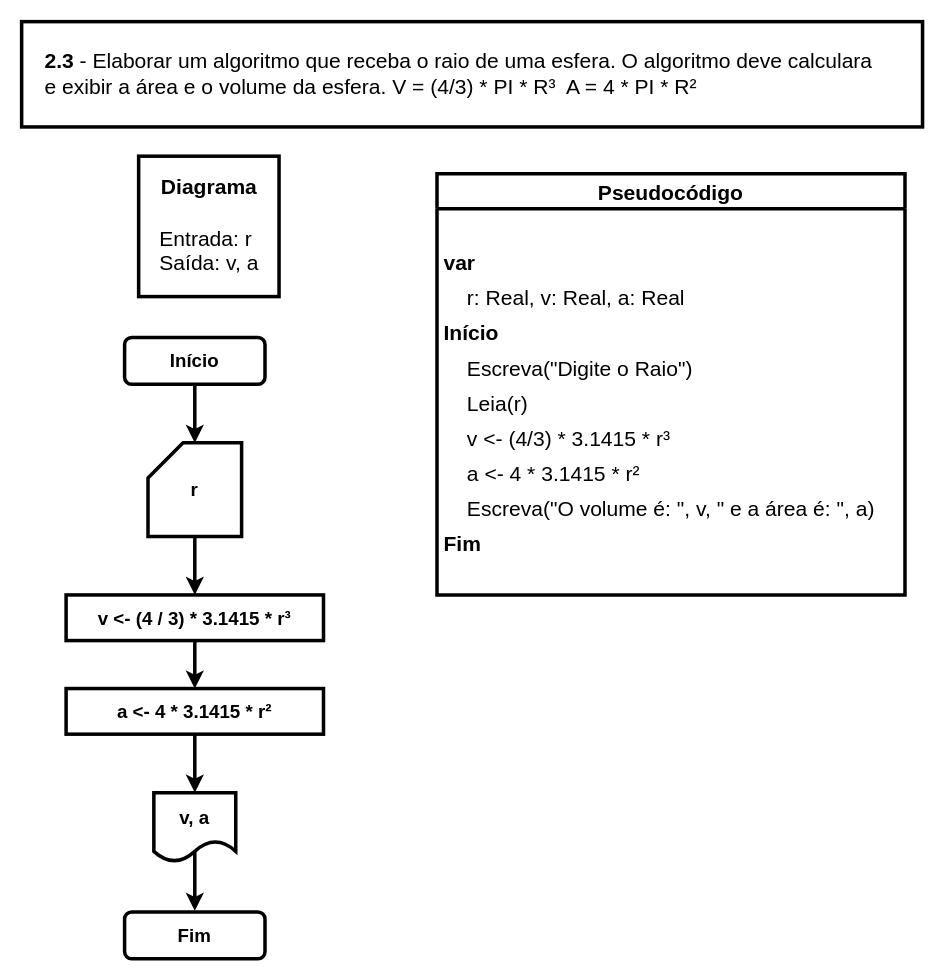
The draw.io diagram page "Ex. 2.3" (7 of 14) of exercicios.drawio in iSamekh/draw.io, before the edit. Source tidied: cells renumbered, new cells numbered last; positions are measured from the earlier drawing's top-left corner, leaving out a move shared by most shapes. Both pictures are drawn from the tidied source at 117%, with x=0, y=0 at pixel (21, 21).
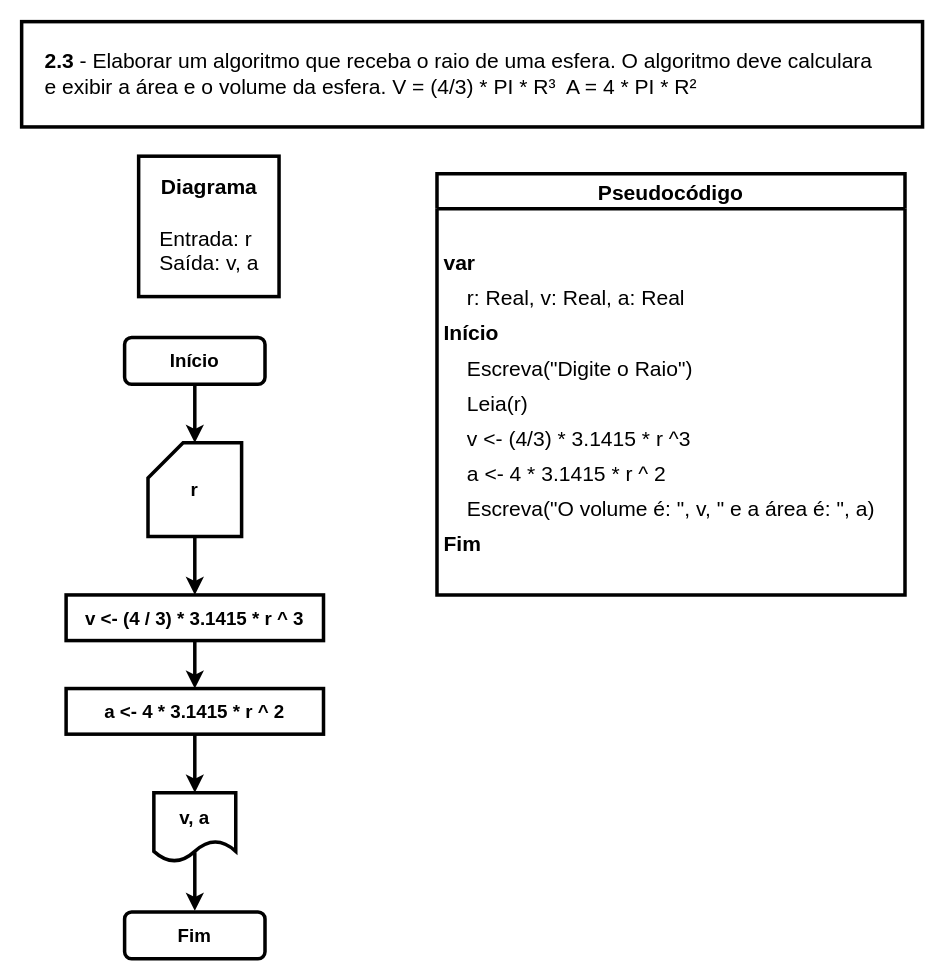
The same page after the edit.

The change refers to these unchanged cells:
```xml
<mxCell id="11" value="Pseudocódigo" style="swimlane;fontStyle=1;horizontal=1;startSize=30;rounded=0;shadow=0;labelBackgroundColor=#FFFFFF;labelBorderColor=none;sketch=0;fillStyle=auto;strokeColor=default;strokeWidth=3;fillColor=default;swimlaneLine=1;glass=0;arcSize=20;fontSize=18;spacing=10;" parent="1" vertex="1">
  <mxGeometry x="355" y="130" width="400" height="360" as="geometry" />
</mxCell>
```

The edit, as a diff of the source:
```diff
@@
-    <mxCell id="10" value="v &amp;lt;- (4 / 3) * 3.1415 * r³" style="rounded=0;whiteSpace=wrap;html=1;fontStyle=1;fontSize=16;strokeWidth=3;" parent="1" vertex="1">
+    <mxCell id="10" value="v &amp;lt;- (4 / 3) * 3.1415 * r ^ 3" style="rounded=0;whiteSpace=wrap;html=1;fontStyle=1;fontSize=16;strokeWidth=3;" parent="1" vertex="1">
       <mxGeometry x="38" y="490" width="220" height="39" as="geometry" />
     </mxCell>
@@
-    <mxCell id="18" value="    v &lt;- (4/3) * 3.1415 * r³" style="text;strokeColor=none;fillColor=none;align=left;verticalAlign=middle;spacingLeft=4;spacingRight=4;overflow=hidden;rounded=1;shadow=0;labelBackgroundColor=none;labelBorderColor=none;sketch=1;fillStyle=auto;strokeWidth=3;fontStyle=0;fontSize=18;" parent="11" vertex="1">
+    <mxCell id="18" value="    v &lt;- (4/3) * 3.1415 * r ^3" style="text;strokeColor=none;fillColor=none;align=left;verticalAlign=middle;spacingLeft=4;spacingRight=4;overflow=hidden;rounded=1;shadow=0;labelBackgroundColor=none;labelBorderColor=none;sketch=1;fillStyle=auto;strokeWidth=3;fontStyle=0;fontSize=18;" parent="11" vertex="1">
       <mxGeometry y="210" width="400" height="30" as="geometry" />
     </mxCell>
-    <mxCell id="19" value="    a &lt;- 4 * 3.1415 * r²" style="text;strokeColor=none;fillColor=none;align=left;verticalAlign=middle;spacingLeft=4;spacingRight=4;overflow=hidden;rounded=1;shadow=0;labelBackgroundColor=none;labelBorderColor=none;sketch=1;fillStyle=auto;strokeWidth=3;fontStyle=0;fontSize=18;" parent="11" vertex="1">
+    <mxCell id="19" value="    a &lt;- 4 * 3.1415 * r ^ 2" style="text;strokeColor=none;fillColor=none;align=left;verticalAlign=middle;spacingLeft=4;spacingRight=4;overflow=hidden;rounded=1;shadow=0;labelBackgroundColor=none;labelBorderColor=none;sketch=1;fillStyle=auto;strokeWidth=3;fontStyle=0;fontSize=18;" parent="11" vertex="1">
       <mxGeometry y="240" width="400" height="30" as="geometry" />
     </mxCell>
@@
-    <mxCell id="26" value="a &amp;lt;- 4 * 3.1415 * r²" style="rounded=0;whiteSpace=wrap;html=1;fontStyle=1;fontSize=16;strokeWidth=3;" parent="1" vertex="1">
+    <mxCell id="26" value="a &amp;lt;- 4 * 3.1415 * r ^ 2" style="rounded=0;whiteSpace=wrap;html=1;fontStyle=1;fontSize=16;strokeWidth=3;" parent="1" vertex="1">
       <mxGeometry x="38" y="570" width="220" height="39" as="geometry" />
     </mxCell>
```
